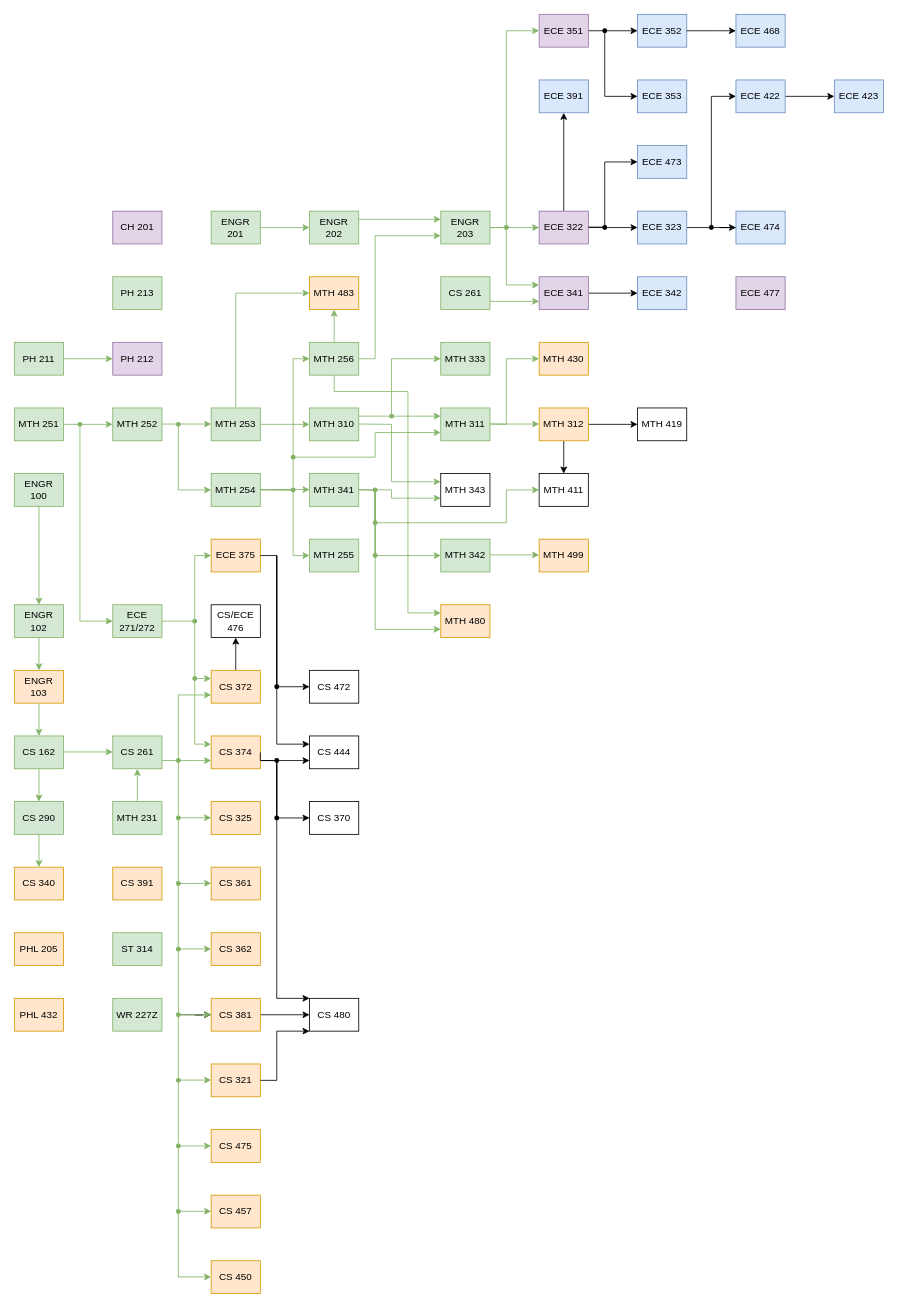
Earlier version of the draw.io diagram Classes.drawio (Jonas-Carew/Class-Flowchart). Source tidied: cells renumbered, new cells numbered last; positions are measured from the earlier drawing's top-left corner, leaving out a move shared by most shapes. Both pictures are drawn from the tidied source at 82%, with x=0, y=0 at pixel (14, 14).
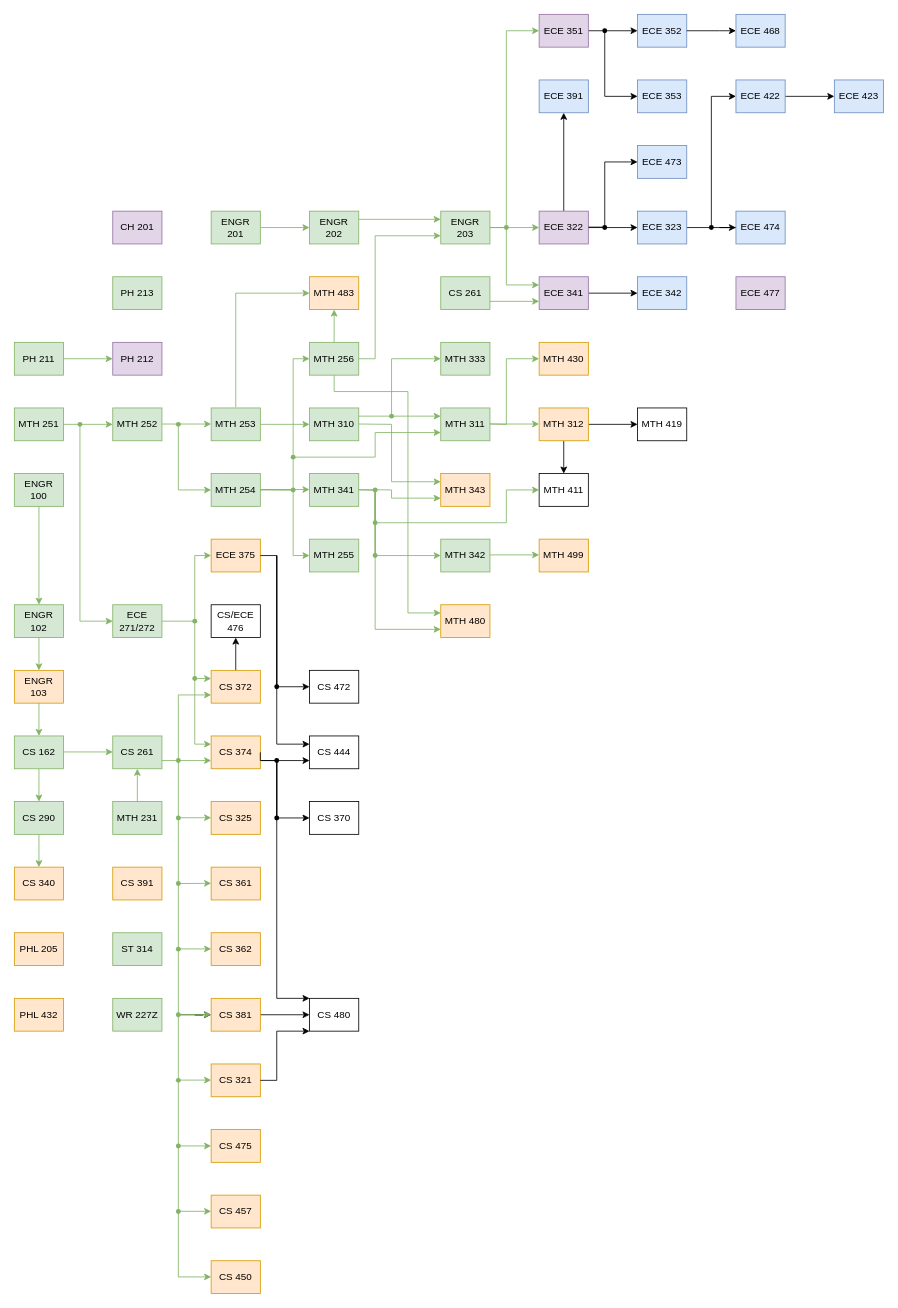
The same diagram, later.

The edit, as a diff of the source:
```diff
@@
-    <mxCell id="168" value="&lt;div&gt;MTH 343&lt;/div&gt;" style="rounded=0;whiteSpace=wrap;html=1;" parent="1" vertex="1">
+    <mxCell id="168" value="&lt;div&gt;MTH 343&lt;/div&gt;" style="rounded=0;whiteSpace=wrap;html=1;fillColor=#ffe6cc;strokeColor=#d79b00;" parent="1" vertex="1">
       <mxGeometry x="520" y="560" width="60" height="40" as="geometry" />
     </mxCell>
```
